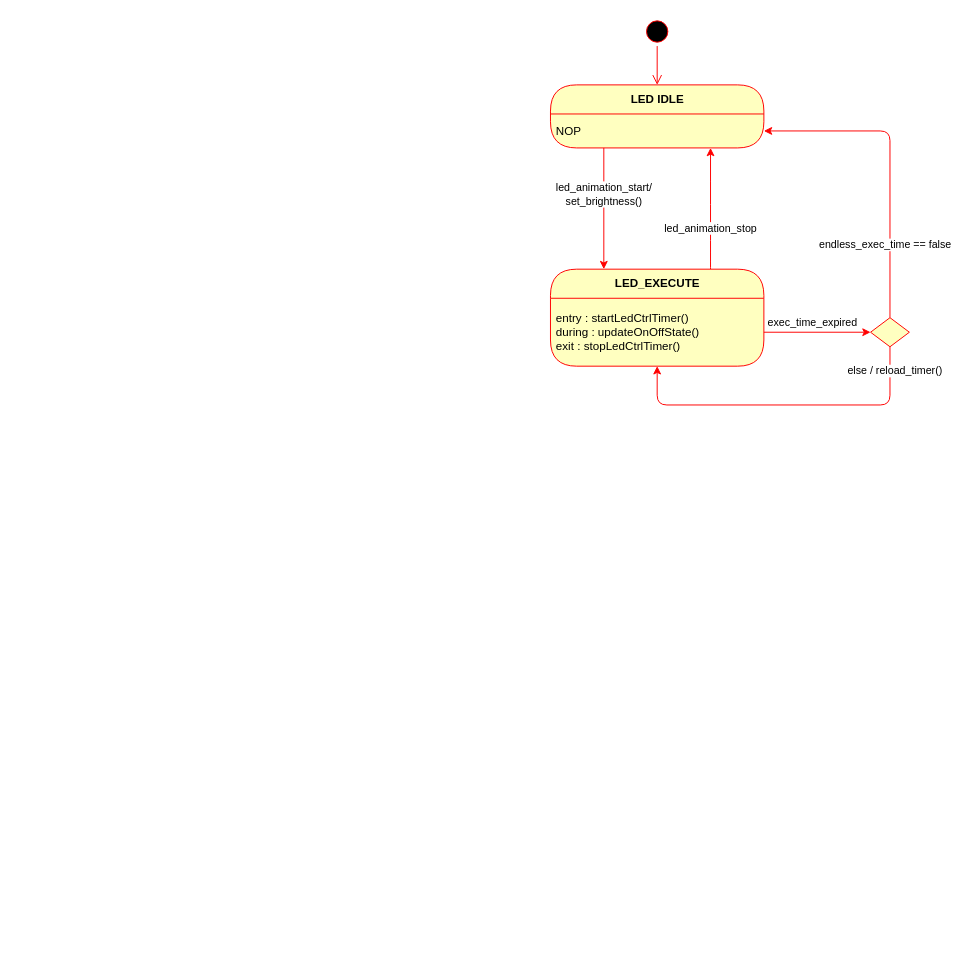
bdcabreran/led-animation-fsm-gpio-pwm keeps this draw.io diagram as docs/led_animation_fsm_pwm.drawio. Above is the earlier version. Source tidied: cells renumbered, new cells numbered last; positions are measured from the earlier drawing's top-left corner, leaving out a move shared by most shapes. Both pictures are drawn from the tidied source at 97%, with x=0, y=0 at pixel (550, 16).
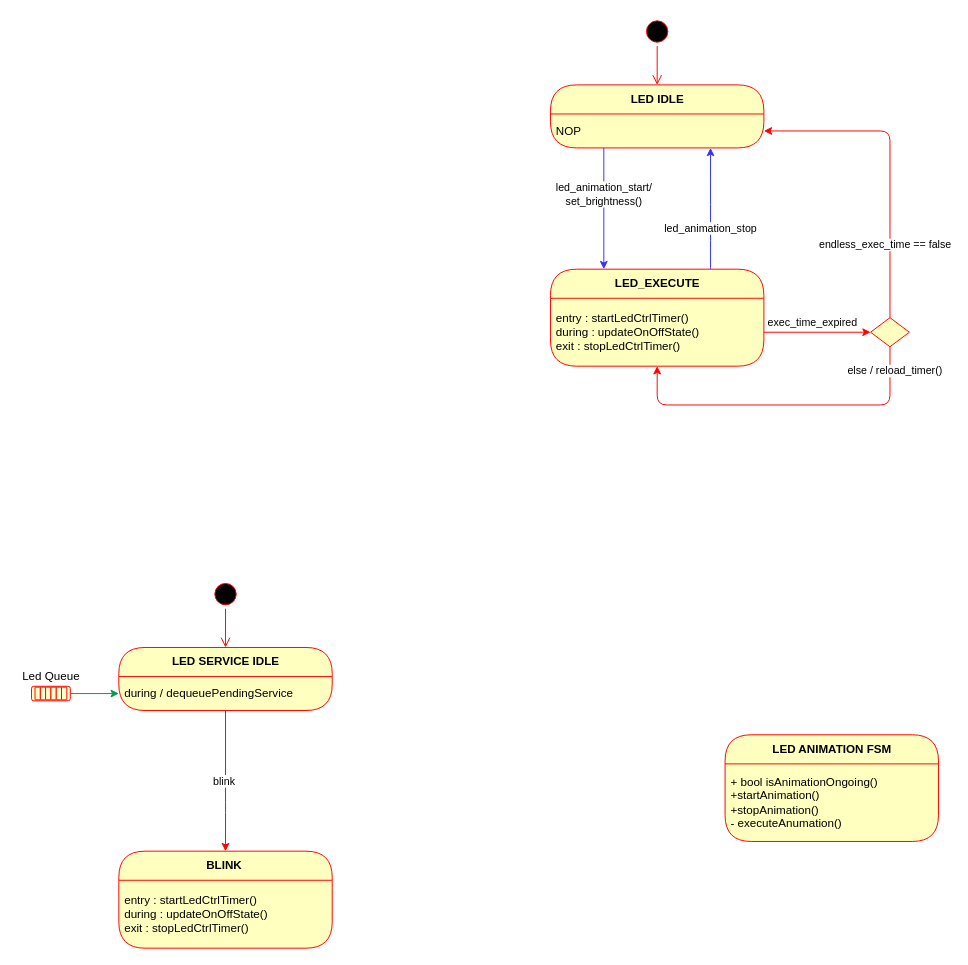
After the change.

Unchanged cells that the change refers to:
```xml
<mxCell id="3" value="NOP" style="text;html=1;strokeColor=none;fillColor=none;align=left;verticalAlign=middle;spacingLeft=4;spacingRight=4;whiteSpace=wrap;overflow=hidden;fontColor=#000000;" parent="2" vertex="1">
  <mxGeometry y="30" width="220" height="35" as="geometry" />
</mxCell>
<mxCell id="7" value="LED_EXECUTE" style="swimlane;html=1;fontStyle=1;align=center;verticalAlign=middle;horizontal=1;startSize=30;fontColor=#000000;rounded=1;arcSize=30;strokeColor=#ff0000;fillColor=#ffffc0;swimlaneFillColor=#ffffc0;" parent="1" vertex="1">
  <mxGeometry y="260" width="220" height="100" as="geometry" />
</mxCell>
```

What changed in the source:
```diff
@@
-    <mxCell id="6" value="led_animation_stop" style="edgeStyle=orthogonalEdgeStyle;curved=1;jettySize=auto;html=1;exitX=0.75;exitY=0;exitDx=0;exitDy=0;entryX=0.75;entryY=1;entryDx=0;entryDy=0;strokeColor=#FF0000;" parent="1" edge="1" source="7" target="3">
+    <mxCell id="6" value="led_animation_stop" style="edgeStyle=orthogonalEdgeStyle;curved=1;jettySize=auto;html=1;exitX=0.75;exitY=0;exitDx=0;exitDy=0;entryX=0.75;entryY=1;entryDx=0;entryDy=0;strokeColor=#3333FF;" parent="1" edge="1" source="7" target="3">
       <mxGeometry x="1995" y="430" as="geometry">
         <mxPoint y="20" as="offset" />
       </mxGeometry>
     </mxCell>
@@
-    <mxCell id="9" value="led_animation_start/&lt;br&gt;set_brightness()" style="edgeStyle=orthogonalEdgeStyle;rounded=1;jettySize=auto;html=1;strokeColor=#FF0000;entryX=0.25;entryY=0;entryDx=0;entryDy=0;exitX=0.25;exitY=1;exitDx=0;exitDy=0;" parent="1" edge="1" source="3" target="7">
+    <mxCell id="9" value="led_animation_start/&lt;br&gt;set_brightness()" style="edgeStyle=orthogonalEdgeStyle;rounded=1;jettySize=auto;html=1;entryX=0.25;entryY=0;entryDx=0;entryDy=0;exitX=0.25;exitY=1;exitDx=0;exitDy=0;strokeColor=#3333FF;" parent="1" edge="1" source="3" target="7">
       <mxGeometry as="geometry">
         <mxPoint y="-15" as="offset" />
       </mxGeometry>
     </mxCell>
@@
+    <mxCell id="14" value="LED ANIMATION FSM" style="swimlane;html=1;fontStyle=1;align=center;verticalAlign=middle;horizontal=1;startSize=30;fontColor=#000000;rounded=1;arcSize=30;strokeColor=#ff0000;fillColor=#ffffc0;swimlaneFillColor=#ffffc0;" parent="1" vertex="1">
+      <mxGeometry x="180" y="740" width="220" height="110" as="geometry" />
+    </mxCell>
+    <mxCell id="15" value="+ bool isAnimationOngoing()&lt;br&gt;+startAnimation()&lt;br&gt;+stopAnimation()&lt;br&gt;- executeAnumation()" style="text;html=1;strokeColor=none;fillColor=none;align=left;verticalAlign=middle;spacingLeft=4;spacingRight=4;whiteSpace=wrap;overflow=hidden;fontColor=#000000;" parent="14" vertex="1">
+      <mxGeometry y="30" width="220" height="80" as="geometry" />
+    </mxCell>
+    <mxCell id="16" value="LED SERVICE IDLE" style="swimlane;html=1;fontStyle=1;align=center;verticalAlign=middle;horizontal=1;startSize=30;fontColor=#000000;rounded=1;arcSize=30;strokeColor=#ff0000;fillColor=#ffffc0;swimlaneFillColor=#ffffc0;" parent="1" vertex="1">
+      <mxGeometry x="-445" y="650" width="220" height="65" as="geometry" />
+    </mxCell>
+    <mxCell id="17" value="during / dequeuePendingService" style="text;html=1;strokeColor=none;fillColor=none;align=left;verticalAlign=middle;spacingLeft=4;spacingRight=4;whiteSpace=wrap;overflow=hidden;fontColor=#000000;" parent="16" vertex="1">
+      <mxGeometry y="30" width="220" height="35" as="geometry" />
+    </mxCell>
+    <mxCell id="18" style="ellipse;html=1;shape=startState;fillColor=#000000;strokeColor=#ff0000;" parent="1" vertex="1">
+      <mxGeometry x="-350" y="580" width="30" height="30" as="geometry" />
+    </mxCell>
+    <mxCell id="19" style="edgeStyle=orthogonalEdgeStyle;html=1;verticalAlign=bottom;endArrow=open;endSize=8;strokeColor=#ff0000;entryX=0.5;entryY=0;entryDx=0;entryDy=0;" parent="1" edge="1" source="18" target="16">
+      <mxGeometry x="3150" y="2860" as="geometry" />
+    </mxCell>
+    <mxCell id="20" value="BLINK&amp;nbsp;" style="swimlane;html=1;fontStyle=1;align=center;verticalAlign=middle;horizontal=1;startSize=30;fontColor=#000000;rounded=1;arcSize=30;strokeColor=#ff0000;fillColor=#ffffc0;swimlaneFillColor=#ffffc0;" parent="1" vertex="1">
+      <mxGeometry x="-445" y="860" width="220" height="100" as="geometry" />
+    </mxCell>
+    <mxCell id="21" value="entry : startLedCtrlTimer()&lt;br&gt;during :&amp;nbsp;updateOnOffState()&lt;br&gt;exit : stopLedCtrlTimer()" style="text;html=1;strokeColor=none;fillColor=none;align=left;verticalAlign=middle;spacingLeft=4;spacingRight=4;whiteSpace=wrap;overflow=hidden;fontColor=#000000;" parent="20" vertex="1">
+      <mxGeometry y="30" width="220" height="70" as="geometry" />
+    </mxCell>
+    <mxCell id="22" style="group;" parent="1" vertex="1">
+      <mxGeometry x="-535" y="690" width="40" height="15" as="geometry" />
+    </mxCell>
+    <mxCell id="23" style="rounded=1;whiteSpace=wrap;html=1;strokeColor=#FF0000;fillColor=#FFFFCC;" parent="22" vertex="1">
+      <mxGeometry width="40" height="15" as="geometry" />
+    </mxCell>
+    <mxCell id="24" style="rounded=1;whiteSpace=wrap;html=1;strokeColor=#FF0000;fillColor=#FFFFCC;" parent="22" vertex="1">
+      <mxGeometry x="3.6" y="0.9" width="5.5" height="13.1" as="geometry" />
+    </mxCell>
+    <mxCell id="25" style="rounded=1;whiteSpace=wrap;html=1;strokeColor=#FF0000;fillColor=#FFFFCC;" parent="22" vertex="1">
+      <mxGeometry x="9.1" y="0.9" width="5.5" height="13.1" as="geometry" />
+    </mxCell>
+    <mxCell id="26" style="rounded=1;whiteSpace=wrap;html=1;strokeColor=#FF0000;fillColor=#FFFFCC;" parent="22" vertex="1">
+      <mxGeometry x="14.5" y="0.9" width="5.5" height="13.1" as="geometry" />
+    </mxCell>
+    <mxCell id="27" style="rounded=1;whiteSpace=wrap;html=1;strokeColor=#FF0000;fillColor=#FFFFCC;" parent="22" vertex="1">
+      <mxGeometry x="20" y="0.9" width="5.5" height="13.1" as="geometry" />
+    </mxCell>
+    <mxCell id="28" style="rounded=1;whiteSpace=wrap;html=1;strokeColor=#FF0000;fillColor=#FFFFCC;" parent="22" vertex="1">
+      <mxGeometry x="25.5" y="0.9" width="5.5" height="13.1" as="geometry" />
+    </mxCell>
+    <mxCell id="29" style="rounded=1;whiteSpace=wrap;html=1;strokeColor=#FF0000;fillColor=#FFFFCC;" parent="22" vertex="1">
+      <mxGeometry x="30.9" y="0.9" width="5.5" height="13.1" as="geometry" />
+    </mxCell>
+    <mxCell id="30" style="edgeStyle=orthogonalEdgeStyle;rounded=0;jettySize=auto;html=1;exitX=1;exitY=0.5;exitDx=0;exitDy=0;strokeColor=#00994D;" parent="1" edge="1" source="23" target="17">
+      <mxGeometry relative="1" as="geometry" />
+    </mxCell>
+    <mxCell id="31" value="Led Queue" style="text;html=1;align=center;verticalAlign=middle;strokeColor=none;" parent="1" vertex="1">
+      <mxGeometry x="-550" y="670" width="70" height="20" as="geometry" />
+    </mxCell>
+    <mxCell id="32" value="blink&amp;nbsp;" style="edgeStyle=orthogonalEdgeStyle;rounded=1;jettySize=auto;html=1;exitDx=0;exitDy=0;entryDx=0;entryDy=0;strokeColor=#FF0000;entryX=0.5;entryY=0;" parent="1" edge="1" source="17" target="20">
+      <mxGeometry relative="1" as="geometry">
+        <Array as="points">
+          <mxPoint x="-335" y="810" />
+          <mxPoint x="-335" y="810" />
+        </Array>
+      </mxGeometry>
+    </mxCell>
```
